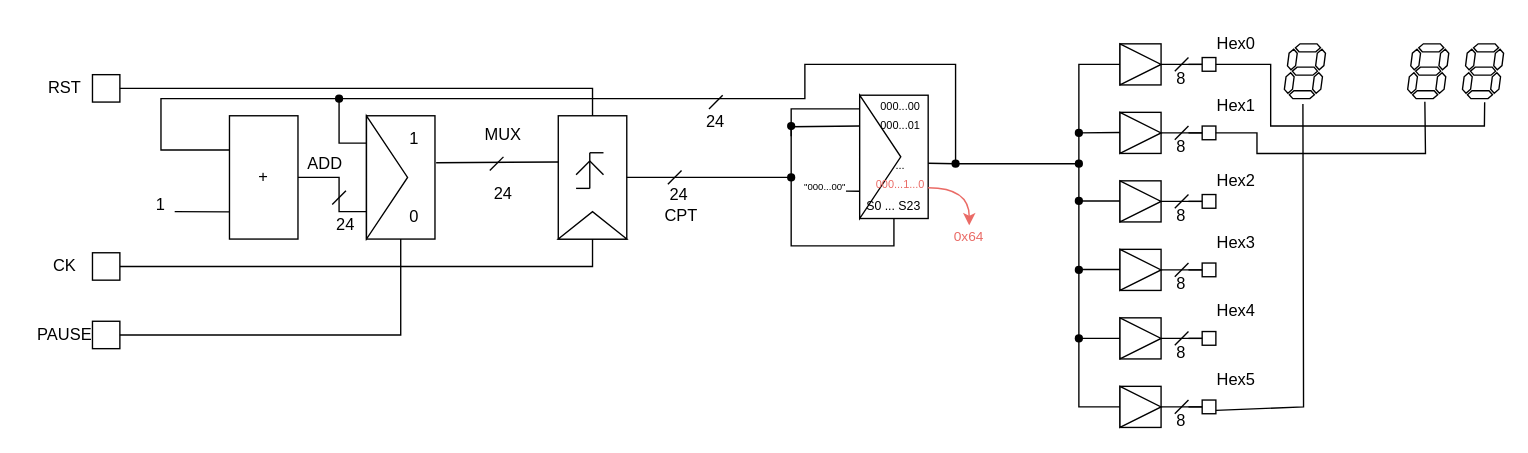
negans-soyez/VHDL keeps this draw.io diagram as CPT24MAX.drawio. Above is the earlier version. Source tidied: cells renumbered, new cells numbered last; positions are measured from the earlier drawing's top-left corner, leaving out a move shared by most shapes. Both pictures are drawn from the tidied source at 137%, with x=0, y=0 at pixel (23, 23).
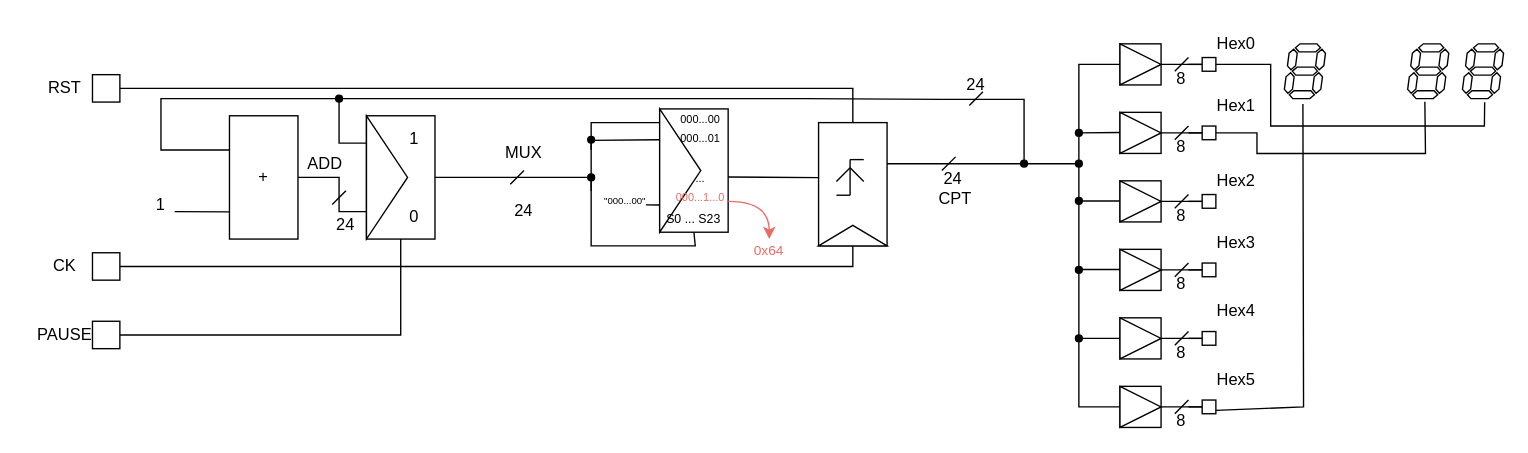
The same diagram, later.

Commit message (it also covers changes not shown here):
Mettre à jour CPT24MAX.drawio

The change refers to these unchanged cells:
```xml
<mxCell id="4" style="rounded=0;whiteSpace=wrap;html=1;rotation=-90;" parent="3" vertex="1">
  <mxGeometry y="-20" width="90" height="50" as="geometry" />
</mxCell>
<mxCell id="18" style="rounded=0;whiteSpace=wrap;html=1;" parent="1" vertex="1">
  <mxGeometry x="50" y="167" width="20" height="20" as="geometry" />
</mxCell>
<mxCell id="19" style="rounded=0;whiteSpace=wrap;html=1;" parent="1" vertex="1">
  <mxGeometry x="50" y="37" width="20" height="20" as="geometry" />
</mxCell>
<mxCell id="89" style="rounded=0;whiteSpace=wrap;html=1;" parent="88" vertex="1">
  <mxGeometry width="50" height="90" as="geometry" />
</mxCell>
<mxCell id="108" style="rounded=0;whiteSpace=wrap;html=1;" parent="107" vertex="1">
  <mxGeometry width="50" height="90" as="geometry" />
</mxCell>
<mxCell id="109" style="triangle;whiteSpace=wrap;html=1;" parent="107" vertex="1">
  <mxGeometry width="30" height="90" as="geometry" />
</mxCell>
<mxCell id="113" style="shape=waypoint;sketch=0;fillStyle=solid;size=6;points=[];fillColor=none;perimeter=centerPerimeter;snapToPoint=1;" parent="1" vertex="1">
  <mxGeometry x="760" y="92" width="20" height="20" as="geometry" />
</mxCell>
```

Change to the diagram source:
```diff
@@
     <mxCell id="3" style="group;rotation=-90;" parent="1" vertex="1">
-      <mxGeometry x="370" y="107" width="90" height="70" as="geometry" />
+      <mxGeometry x="560" y="112" width="90" height="70" as="geometry" />
     </mxCell>
@@
     <mxCell id="11" style="triangle;whiteSpace=wrap;html=1;rotation=-90;" parent="3" vertex="1">
-      <mxGeometry x="35" y="15" width="20" height="50" as="geometry" />
+      <mxGeometry x="37.5" y="17.5" width="15" height="50" as="geometry" />
     </mxCell>
@@
     <mxCell id="17" style="endArrow=none;html=1;rounded=0;entryX=0;entryY=0.5;entryDx=0;entryDy=0;exitX=1;exitY=0.5;exitDx=0;exitDy=0;" parent="1" edge="1" source="18" target="11">
       <mxGeometry relative="1" as="geometry">
         <Array as="points">
           <mxPoint x="280" y="177" />
           <mxPoint x="415" y="177" />
+          <mxPoint x="605" y="177" />
         </Array>
       </mxGeometry>
     </mxCell>
@@
     <mxCell id="20" style="endArrow=none;html=1;rounded=0;entryX=1;entryY=0.5;entryDx=0;entryDy=0;exitX=1;exitY=0.5;exitDx=0;exitDy=0;" parent="1" edge="1" source="19" target="4">
       <mxGeometry relative="1" as="geometry">
         <Array as="points">
           <mxPoint x="415" y="47" />
+          <mxPoint x="605" y="47" />
         </Array>
       </mxGeometry>
     </mxCell>
@@
     <mxCell id="22" style="endArrow=none;html=1;rounded=0;exitDx=0;exitDy=0;entryX=0.5;entryY=1;entryDx=0;entryDy=0;" parent="1" edge="1" source="123" target="108">
       <mxGeometry relative="1" as="geometry">
         <Array as="points">
-          <mxPoint x="560" y="162" />
-          <mxPoint x="635" y="162" />
+          <mxPoint x="414" y="162" />
+          <mxPoint x="450" y="162" />
+          <mxPoint x="490" y="162" />
         </Array>
       </mxGeometry>
     </mxCell>
     <mxCell id="23" style="endArrow=none;html=1;rounded=0;" parent="1" edge="1">
       <mxGeometry relative="1" as="geometry">
-        <mxPoint x="470" y="117" as="sourcePoint" />
-        <mxPoint x="480" y="107" as="targetPoint" />
+        <mxPoint x="670" y="107" as="sourcePoint" />
+        <mxPoint x="680" y="97" as="targetPoint" />
       </mxGeometry>
     </mxCell>
     <mxCell id="24" value="24&amp;nbsp;&lt;div&gt;CPT&lt;/div&gt;" style="text;html=1;align=center;verticalAlign=middle;whiteSpace=wrap;rounded=0;" parent="1" vertex="1">
-      <mxGeometry x="450" y="117" width="60" height="30" as="geometry" />
+      <mxGeometry x="650" y="104.5" width="60" height="30" as="geometry" />
     </mxCell>
@@
     <mxCell id="96" style="endArrow=none;html=1;rounded=0;" parent="1" edge="1">
       <mxGeometry relative="1" as="geometry">
         <mxPoint x="150" y="92" as="sourcePoint" />
-        <mxPoint x="680" y="102" as="targetPoint" />
+        <mxPoint x="730" y="102" as="targetPoint" />
         <Array as="points">
           <mxPoint x="100" y="92" />
           <mxPoint x="100" y="54.5" />
           <mxPoint x="310" y="54.5" />
           <mxPoint x="500" y="54.5" />
           <mxPoint x="570" y="54.5" />
-          <mxPoint x="570" y="29.5" />
-          <mxPoint x="680" y="29.5" />
+          <mxPoint x="670" y="55" />
+          <mxPoint x="730" y="55" />
         </Array>
       </mxGeometry>
     </mxCell>
@@
-    <mxCell id="100" style="endArrow=none;html=1;rounded=0;entryX=0.625;entryY=0.003;entryDx=0;entryDy=0;entryPerimeter=0;exitX=1.017;exitY=0.381;exitDx=0;exitDy=0;exitPerimeter=0;" parent="1" edge="1" source="89" target="4">
-      <mxGeometry relative="1" as="geometry" />
-    </mxCell>
     <mxCell id="101" style="endArrow=none;html=1;rounded=0;" parent="1" edge="1">
       <mxGeometry relative="1" as="geometry">
-        <mxPoint x="340" y="107" as="sourcePoint" />
-        <mxPoint x="350" y="97" as="targetPoint" />
+        <mxPoint x="355" y="117" as="sourcePoint" />
+        <mxPoint x="365" y="107" as="targetPoint" />
       </mxGeometry>
     </mxCell>
     <mxCell id="102" value="MUX&lt;div&gt;&lt;br&gt;&lt;/div&gt;&lt;div&gt;&lt;br&gt;&lt;/div&gt;&lt;div&gt;24&lt;/div&gt;" style="text;html=1;align=center;verticalAlign=middle;whiteSpace=wrap;rounded=0;" parent="1" vertex="1">
-      <mxGeometry x="320" y="87" width="60" height="30" as="geometry" />
+      <mxGeometry x="360" y="104.5" width="10" height="20" as="geometry" />
     </mxCell>
     <mxCell id="103" style="endArrow=none;html=1;rounded=0;" parent="1" edge="1">
       <mxGeometry relative="1" as="geometry">
-        <mxPoint x="500" y="62" as="sourcePoint" />
-        <mxPoint x="510" y="52" as="targetPoint" />
+        <mxPoint x="690" y="59.5" as="sourcePoint" />
+        <mxPoint x="700" y="49.5" as="targetPoint" />
       </mxGeometry>
     </mxCell>
@@
     <mxCell id="106" value="24" style="text;html=1;align=center;verticalAlign=middle;whiteSpace=wrap;rounded=0;" parent="1" vertex="1">
-      <mxGeometry x="480" y="57" width="50" height="30" as="geometry" />
+      <mxGeometry x="670" y="29.5" width="50" height="30" as="geometry" />
     </mxCell>
     <mxCell id="107" style="group;" parent="1" vertex="1">
-      <mxGeometry x="610" y="52" width="60" height="90" as="geometry" />
+      <mxGeometry x="464" y="62" width="60" height="90" as="geometry" />
     </mxCell>
@@
-    <mxCell id="112" style="endArrow=none;html=1;rounded=0;" parent="1" edge="1" source="121" target="113">
-      <mxGeometry relative="1" as="geometry" />
-    </mxCell>
@@
-    <mxCell id="114" style="endArrow=none;html=1;rounded=0;entryX=0;entryY=0.25;entryDx=0;entryDy=0;" parent="1" edge="1" target="108">
+    <mxCell id="114" style="endArrow=none;html=1;rounded=0;entryX=0;entryY=0.25;entryDx=0;entryDy=0;" parent="1" edge="1" source="123" target="108">
       <mxGeometry relative="1" as="geometry">
-        <mxPoint x="560" y="112" as="sourcePoint" />
         <Array as="points">
-          <mxPoint x="560" y="75" />
+          <mxPoint x="414" y="85" />
         </Array>
       </mxGeometry>
     </mxCell>
     <mxCell id="115" style="endArrow=none;html=1;rounded=0;" parent="1" edge="1" source="125">
       <mxGeometry relative="1" as="geometry">
-        <mxPoint x="610" y="62" as="targetPoint" />
+        <mxPoint x="464" y="72" as="targetPoint" />
         <Array as="points">
-          <mxPoint x="560" y="62" />
-          <mxPoint x="580" y="62" />
+          <mxPoint x="414" y="72" />
+          <mxPoint x="434" y="72" />
         </Array>
       </mxGeometry>
     </mxCell>
     <mxCell id="116" style="endArrow=none;html=1;rounded=0;exitX=-0.016;exitY=0.779;exitDx=0;exitDy=0;exitPerimeter=0;" parent="1" edge="1" source="109">
       <mxGeometry relative="1" as="geometry">
-        <mxPoint x="600" y="122" as="targetPoint" />
+        <mxPoint x="454" y="132" as="targetPoint" />
       </mxGeometry>
     </mxCell>
     <mxCell id="117" value="&lt;font style=&quot;font-size: 7px;&quot;&gt;&quot;000...00&quot;&lt;/font&gt;" style="text;html=1;align=center;verticalAlign=middle;whiteSpace=wrap;rounded=0;" parent="1" vertex="1">
-      <mxGeometry x="570" y="112" width="30" height="12.5" as="geometry" />
+      <mxGeometry x="424" y="122" width="30" height="12.5" as="geometry" />
     </mxCell>
     <mxCell id="118" value="0x64" style="text;html=1;align=center;verticalAlign=middle;whiteSpace=wrap;rounded=0;fontColor=#EA6B66;fontSize=10;" parent="1" vertex="1">
-      <mxGeometry x="680" y="147" width="20" height="15" as="geometry" />
+      <mxGeometry x="534" y="157" width="20" height="15" as="geometry" />
     </mxCell>
@@
-    <mxCell id="120" style="endArrow=none;html=1;rounded=0;" parent="1" edge="1" target="121">
+    <mxCell id="120" style="endArrow=none;html=1;rounded=0;entryX=0.554;entryY=0.007;entryDx=0;entryDy=0;entryPerimeter=0;" parent="1" edge="1" target="4">
       <mxGeometry relative="1" as="geometry">
-        <mxPoint x="660" y="101.7" as="sourcePoint" />
+        <mxPoint x="514" y="111.7" as="sourcePoint" />
       </mxGeometry>
     </mxCell>
-    <mxCell id="121" style="shape=waypoint;sketch=0;fillStyle=solid;size=6;points=[];fillColor=none;perimeter=centerPerimeter;snapToPoint=1;" parent="1" vertex="1">
-      <mxGeometry x="670" y="92" width="20" height="20" as="geometry" />
-    </mxCell>
-    <mxCell id="122" style="endArrow=none;html=1;rounded=0;exitX=0.5;exitY=1;exitDx=0;exitDy=0;entryDx=0;entryDy=0;" parent="1" edge="1" source="4" target="123">
+    <mxCell id="122" style="endArrow=none;html=1;rounded=0;entryX=0.375;entryY=0.736;entryDx=0;entryDy=0;entryPerimeter=0;" parent="1" edge="1" source="129" target="113">
       <mxGeometry relative="1" as="geometry" />
     </mxCell>
-    <mxCell id="123" style="shape=waypoint;sketch=0;fillStyle=solid;size=6;points=[];fillColor=none;perimeter=centerPerimeter;snapToPoint=1;" parent="1" vertex="1">
-      <mxGeometry x="550" y="102" width="20" height="20" as="geometry" />
-    </mxCell>
     <mxCell id="124" style="endArrow=none;html=1;rounded=0;" parent="1" edge="1" target="125">
       <mxGeometry relative="1" as="geometry">
-        <mxPoint x="560" y="82" as="sourcePoint" />
+        <mxPoint x="414" y="92" as="sourcePoint" />
       </mxGeometry>
     </mxCell>
     <mxCell id="125" style="shape=waypoint;sketch=0;fillStyle=solid;size=6;points=[];fillColor=none;perimeter=centerPerimeter;snapToPoint=1;" parent="1" vertex="1">
-      <mxGeometry x="550" y="64.5" width="20" height="20" as="geometry" />
+      <mxGeometry x="404" y="74.5" width="20" height="20" as="geometry" />
     </mxCell>
+    <mxCell id="126" style="endArrow=none;html=1;rounded=0;exitX=1;exitY=0.5;exitDx=0;exitDy=0;entryX=0.418;entryY=0.126;entryDx=0;entryDy=0;entryPerimeter=0;" parent="1" edge="1" source="89" target="123">
+      <mxGeometry relative="1" as="geometry" />
+    </mxCell>
+    <mxCell id="127" style="endArrow=none;html=1;rounded=0;entryDx=0;entryDy=0;" parent="1" edge="1" target="123">
+      <mxGeometry relative="1" as="geometry">
+        <mxPoint x="414" y="122" as="sourcePoint" />
+      </mxGeometry>
+    </mxCell>
+    <mxCell id="123" style="shape=waypoint;sketch=0;fillStyle=solid;size=6;points=[];fillColor=none;perimeter=centerPerimeter;snapToPoint=1;" parent="1" vertex="1">
+      <mxGeometry x="404" y="102" width="20" height="20" as="geometry" />
+    </mxCell>
+    <mxCell id="128" style="endArrow=none;html=1;rounded=0;entryDx=0;entryDy=0;entryPerimeter=0;" parent="1" edge="1" target="129">
+      <mxGeometry relative="1" as="geometry">
+        <mxPoint x="630" y="102" as="sourcePoint" />
+      </mxGeometry>
+    </mxCell>
+    <mxCell id="129" style="shape=waypoint;sketch=0;fillStyle=solid;size=6;points=[];fillColor=none;perimeter=centerPerimeter;snapToPoint=1;" parent="1" vertex="1">
+      <mxGeometry x="720" y="92" width="20" height="20" as="geometry" />
+    </mxCell>
```
